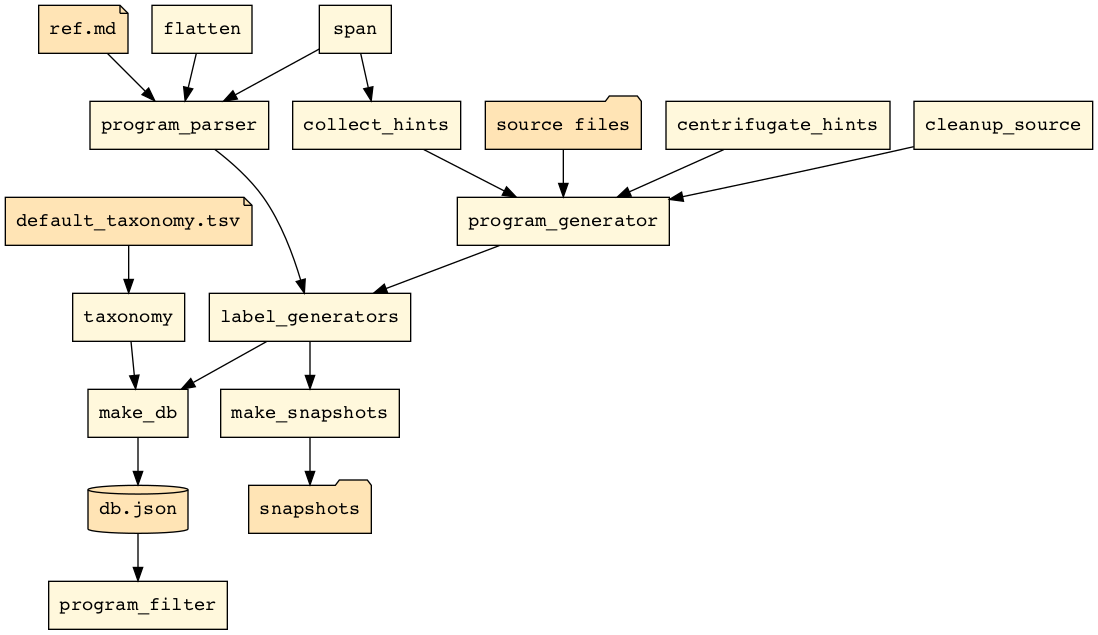
Earlier version of the Graphviz export docs/flow.png (laowantong/paroxython). Its source is kept beside it as docs/flow.dot.
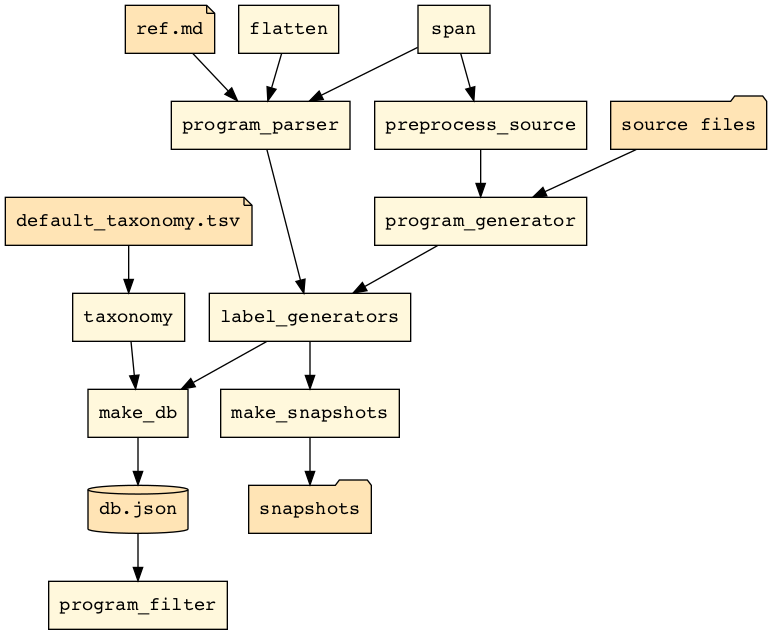
Later version of the same file.

Commit message:
regroup all source preprocessing in a single file

Change to the diagram source:
```diff
@@ -13,13 +13,11 @@
 make_snapshots -> "snapshots"
 flatten -> program_parser
 span -> program_parser
-centrifugate_hints -> program_generator
-cleanup_source -> program_generator
-collect_hints -> program_generator
+preprocess_source -> program_generator
+span -> preprocess_source
 label_generators -> make_db
 taxonomy -> make_db
 label_generators -> make_snapshots
-span -> collect_hints
 program_generator -> label_generators
 program_parser -> label_generators
 }
```
